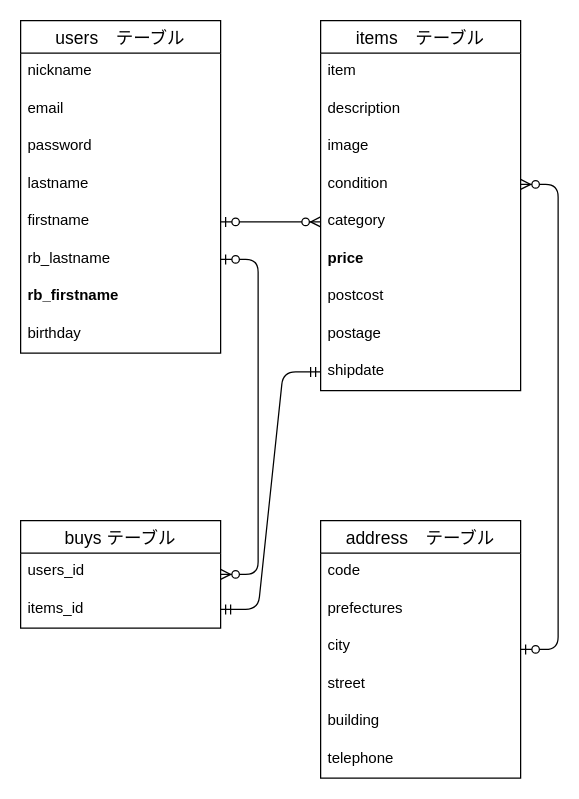
Earlier version of the draw.io diagram deta.dio (lemon78787878/furima-41002). Source tidied: cells renumbered, new cells numbered last; positions are measured from the earlier drawing's top-left corner, leaving out a move shared by most shapes. Both pictures are drawn from the tidied source at 125%, with x=0, y=0 at pixel (20, 20).
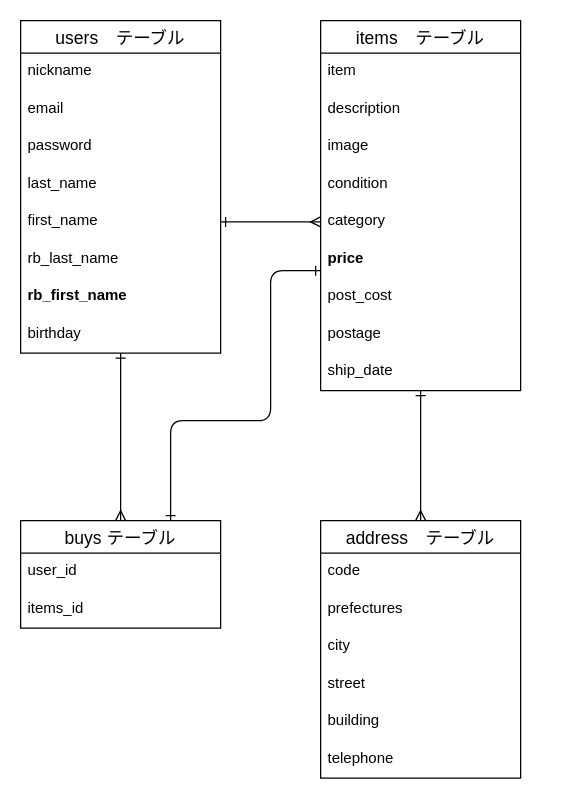
The same diagram, later.

The change refers to these unchanged cells:
```xml
<mxCell id="2" value="users　テーブル" style="swimlane;fontStyle=0;horizontal=1;startSize=26;align=center;fontSize=14;" parent="1" vertex="1">
  <mxGeometry width="160" height="266" as="geometry" />
</mxCell>
<mxCell id="11" value="items　テーブル" style="swimlane;fontStyle=0;horizontal=1;startSize=26;align=center;fontSize=14;" parent="1" vertex="1">
  <mxGeometry x="240" width="160" height="296" as="geometry" />
</mxCell>
<mxCell id="15" value="condition" style="text;strokeColor=none;fillColor=none;spacingLeft=4;spacingRight=4;overflow=hidden;points=[[0,0.5],[1,0.5]];portConstraint=eastwest;fontSize=12;" parent="11" vertex="1">
  <mxGeometry y="116" width="160" height="30" as="geometry" />
</mxCell>
<mxCell id="16" value="category" style="text;strokeColor=none;fillColor=none;spacingLeft=4;spacingRight=4;overflow=hidden;points=[[0,0.5],[1,0.5]];portConstraint=eastwest;fontSize=12;" parent="11" vertex="1">
  <mxGeometry y="146" width="160" height="30" as="geometry" />
</mxCell>
<mxCell id="21" value="buys テーブル" style="swimlane;fontStyle=0;horizontal=1;startSize=26;align=center;fontSize=14;" parent="1" vertex="1">
  <mxGeometry y="400" width="160" height="86" as="geometry" />
</mxCell>
<mxCell id="23" value="items_id" style="text;strokeColor=none;fillColor=none;spacingLeft=4;spacingRight=4;overflow=hidden;points=[[0,0.5],[1,0.5]];portConstraint=eastwest;fontSize=12;" parent="21" vertex="1">
  <mxGeometry y="56" width="160" height="30" as="geometry" />
</mxCell>
<mxCell id="24" value="address　テーブル" style="swimlane;fontStyle=0;horizontal=1;startSize=26;align=center;fontSize=14;" parent="1" vertex="1">
  <mxGeometry x="240" y="400" width="160" height="206" as="geometry" />
</mxCell>
```

Change to the diagram source:
```diff
@@
+    <mxCell id="35" style="edgeStyle=none;html=1;entryX=0.5;entryY=0;entryDx=0;entryDy=0;endArrow=ERmany;endFill=0;startArrow=ERone;startFill=0;" parent="1" edge="1" source="2" target="21">
+      <mxGeometry relative="1" as="geometry">
+        <Array as="points">
+          <mxPoint x="80" y="340" />
+        </Array>
+      </mxGeometry>
+    </mxCell>
@@
-    <mxCell id="6" value="lastname" style="text;strokeColor=none;fillColor=none;spacingLeft=4;spacingRight=4;overflow=hidden;fontSize=12;" parent="2" vertex="1">
+    <mxCell id="6" value="last_name" style="text;strokeColor=none;fillColor=none;spacingLeft=4;spacingRight=4;overflow=hidden;fontSize=12;" parent="2" vertex="1">
       <mxGeometry y="116" width="160" height="30" as="geometry" />
     </mxCell>
-    <mxCell id="7" value="firstname" style="text;strokeColor=none;fillColor=none;spacingLeft=4;spacingRight=4;overflow=hidden;points=[[0,0.5],[1,0.5]];portConstraint=eastwest;fontSize=12;" parent="2" vertex="1">
+    <mxCell id="7" value="first_name" style="text;strokeColor=none;fillColor=none;spacingLeft=4;spacingRight=4;overflow=hidden;points=[[0,0.5],[1,0.5]];portConstraint=eastwest;fontSize=12;" parent="2" vertex="1">
       <mxGeometry y="146" width="160" height="30" as="geometry" />
     </mxCell>
-    <mxCell id="8" value="rb_lastname" style="text;strokeColor=none;fillColor=none;spacingLeft=4;spacingRight=4;overflow=hidden;points=[[0,0.5],[1,0.5]];portConstraint=eastwest;fontSize=12;" parent="2" vertex="1">
+    <mxCell id="8" value="rb_last_name" style="text;strokeColor=none;fillColor=none;spacingLeft=4;spacingRight=4;overflow=hidden;points=[[0,0.5],[1,0.5]];portConstraint=eastwest;fontSize=12;" parent="2" vertex="1">
       <mxGeometry y="176" width="160" height="30" as="geometry" />
     </mxCell>
-    <mxCell id="9" value="rb_firstname" style="text;strokeColor=none;fillColor=none;spacingLeft=4;spacingRight=4;overflow=hidden;fontSize=12;fontStyle=1;" parent="2" vertex="1">
+    <mxCell id="9" value="rb_first_name" style="text;strokeColor=none;fillColor=none;spacingLeft=4;spacingRight=4;overflow=hidden;fontSize=12;fontStyle=1;" parent="2" vertex="1">
       <mxGeometry y="206" width="160" height="30" as="geometry" />
     </mxCell>
@@
+    <mxCell id="36" style="edgeStyle=none;html=1;entryX=0.5;entryY=0;entryDx=0;entryDy=0;endArrow=ERmany;endFill=0;startArrow=ERone;startFill=0;" parent="1" edge="1" source="11" target="24">
+      <mxGeometry relative="1" as="geometry" />
+    </mxCell>
@@
-    <mxCell id="18" value="postcost" style="text;strokeColor=none;fillColor=none;spacingLeft=4;spacingRight=4;overflow=hidden;fontSize=12;" parent="11" vertex="1">
+    <mxCell id="18" value="post_cost" style="text;strokeColor=none;fillColor=none;spacingLeft=4;spacingRight=4;overflow=hidden;fontSize=12;" parent="11" vertex="1">
       <mxGeometry y="206" width="160" height="30" as="geometry" />
     </mxCell>
@@
-    <mxCell id="20" value="shipdate" style="text;strokeColor=none;fillColor=none;spacingLeft=4;spacingRight=4;overflow=hidden;points=[[0,0.5],[1,0.5]];portConstraint=eastwest;fontSize=12;" parent="11" vertex="1">
+    <mxCell id="20" value="ship_date" style="text;strokeColor=none;fillColor=none;spacingLeft=4;spacingRight=4;overflow=hidden;points=[[0,0.5],[1,0.5]];portConstraint=eastwest;fontSize=12;" parent="11" vertex="1">
       <mxGeometry y="266" width="160" height="30" as="geometry" />
     </mxCell>
+    <mxCell id="37" style="edgeStyle=none;html=1;startArrow=ERone;startFill=0;endArrow=ERone;endFill=0;exitX=0.75;exitY=0;exitDx=0;exitDy=0;" parent="1" edge="1" source="21">
+      <mxGeometry relative="1" as="geometry">
+        <mxPoint x="240" y="200" as="targetPoint" />
+        <Array as="points">
+          <mxPoint x="120" y="320" />
+          <mxPoint x="200" y="320" />
+          <mxPoint x="200" y="200" />
+        </Array>
+      </mxGeometry>
+    </mxCell>
@@
-    <mxCell id="22" value="users_id" style="text;strokeColor=none;fillColor=none;spacingLeft=4;spacingRight=4;overflow=hidden;fontSize=12;" parent="21" vertex="1">
+    <mxCell id="22" value="user_id" style="text;strokeColor=none;fillColor=none;spacingLeft=4;spacingRight=4;overflow=hidden;fontSize=12;" parent="21" vertex="1">
       <mxGeometry y="26" width="160" height="30" as="geometry" />
     </mxCell>
@@
-    <mxCell id="31" style="edgeStyle=entityRelationEdgeStyle;fontSize=12;html=1;endArrow=ERzeroToMany;startArrow=ERzeroToOne;exitX=1;exitY=0.5;exitDx=0;exitDy=0;entryX=0;entryY=0.5;entryDx=0;entryDy=0;" parent="1" edge="1" source="7" target="16">
+    <mxCell id="31" style="edgeStyle=none;html=1;entryX=0;entryY=0.5;entryDx=0;entryDy=0;endArrow=ERmany;endFill=0;startArrow=ERone;startFill=0;" parent="1" edge="1" source="7" target="16">
       <mxGeometry relative="1" as="geometry" />
     </mxCell>
-    <mxCell id="32" style="edgeStyle=entityRelationEdgeStyle;fontSize=12;html=1;endArrow=ERzeroToMany;startArrow=ERzeroToOne;entryX=1;entryY=0.5;entryDx=0;entryDy=0;" parent="1" edge="1" source="24" target="15">
-      <mxGeometry relative="1" as="geometry" />
-    </mxCell>
-    <mxCell id="33" style="edgeStyle=entityRelationEdgeStyle;fontSize=12;html=1;endArrow=ERzeroToMany;startArrow=ERzeroToOne;exitX=1;exitY=0.5;exitDx=0;exitDy=0;" parent="1" edge="1" source="8" target="21">
-      <mxGeometry relative="1" as="geometry" />
-    </mxCell>
-    <mxCell id="34" style="edgeStyle=entityRelationEdgeStyle;fontSize=12;html=1;endArrow=ERmandOne;startArrow=ERmandOne;exitX=1;exitY=0.5;exitDx=0;exitDy=0;entryX=0;entryY=0.5;entryDx=0;entryDy=0;" parent="1" edge="1" source="23" target="20">
-      <mxGeometry relative="1" as="geometry" />
-    </mxCell>
```
